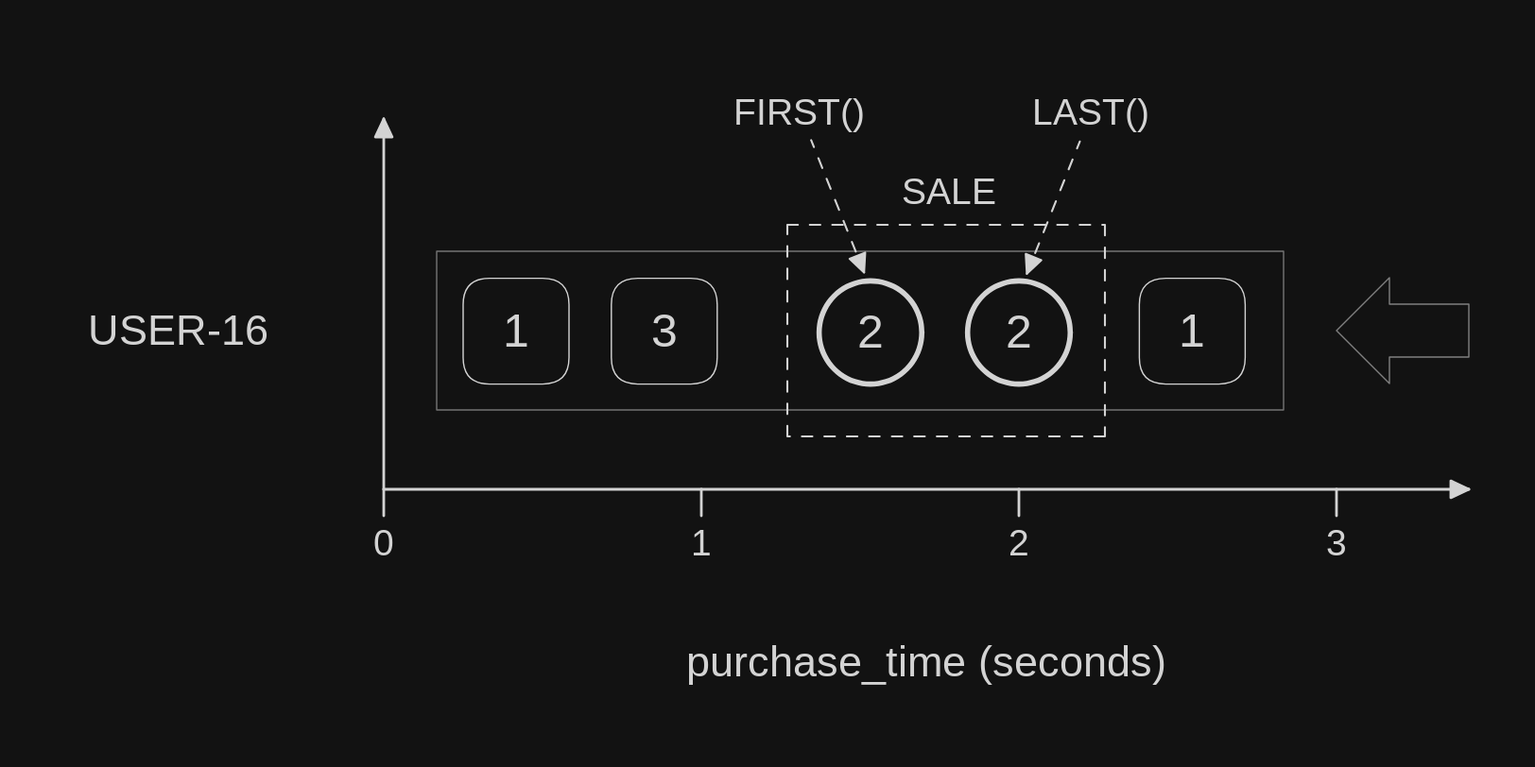
The Excalidraw diagram docs/anomaly-detection/assets/first_last.excalidraw.svg in streamshub/flink-sql-examples, before a commit. Source tidied: one line per element, renumbered; positions are measured from the earlier drawing's top-left corner, leaving out a move shared by most shapes. Its diagram source:
```json
{"id": 0, "type": "rectangle", "strokeColor": "#1e1e1e", "strokeWidth": 1, "roughness": 0, "round": true, "x": 340, "y": 200, "width": 80, "height": 80}
{"id": 1, "type": "text", "text": "1", "strokeColor": "#1e1e1e", "strokeWidth": 2, "roughness": 1, "fontSize": 36, "fontFamily": 6, "textAlign": "center", "verticalAlign": "middle", "inside": 0, "x": 369, "y": 218, "width": 22, "height": 45}
{"id": 2, "type": "arrow", "strokeColor": "#1e1e1e", "strokeWidth": 2, "roughness": 0, "endArrowhead": "triangle", "round": true, "x": 280, "y": 360, "width": 0, "height": 280, "points": [[0, 0], [0, -280]]}
{"id": 3, "type": "arrow", "strokeColor": "#1e1e1e", "strokeWidth": 2, "roughness": 0, "endArrowhead": "triangle", "round": true, "x": 280, "y": 360, "width": 820, "height": 0, "points": [[0, 0], [820, 0]]}
{"id": 4, "type": "text", "text": "USER-16", "strokeColor": "#1e1e1e", "strokeWidth": 1, "strokeStyle": "dotted", "roughness": 0, "fontSize": 32, "fontFamily": 6, "textAlign": "center", "x": 54, "y": 220, "width": 142, "height": 40}
{"id": 5, "type": "rectangle", "strokeColor": "#1e1e1e", "strokeWidth": 1, "roughness": 0, "round": true, "x": 851, "y": 200, "width": 80, "height": 80}
{"id": 6, "type": "text", "text": "1", "strokeColor": "#1e1e1e", "strokeWidth": 2, "roughness": 1, "fontSize": 36, "fontFamily": 6, "textAlign": "center", "verticalAlign": "middle", "inside": 5, "x": 880, "y": 218, "width": 22, "height": 45}
{"id": 7, "type": "line", "strokeColor": "#1e1e1e", "strokeWidth": 2, "roughness": 0, "round": true, "x": 280, "y": 360, "width": 0, "height": 20, "points": [[0, 0], [0, 20]]}
{"id": 8, "type": "text", "text": "0", "strokeColor": "#1e1e1e", "strokeWidth": 2, "roughness": 0, "fontSize": 28, "fontFamily": 6, "textAlign": "center", "x": 260, "y": 383, "width": 40, "height": 35}
{"id": 9, "type": "line", "strokeColor": "#1e1e1e", "strokeWidth": 2, "roughness": 0, "round": true, "x": 520, "y": 360, "width": 0, "height": 20, "points": [[0, 0], [0, 20]]}
{"id": 10, "type": "text", "text": "1", "strokeColor": "#1e1e1e", "strokeWidth": 2, "roughness": 0, "fontSize": 28, "fontFamily": 6, "textAlign": "center", "x": 500, "y": 383, "width": 40, "height": 35}
{"id": 11, "type": "line", "strokeColor": "#1e1e1e", "strokeWidth": 2, "roughness": 0, "round": true, "x": 760, "y": 360, "width": 0, "height": 20, "points": [[0, 0], [0, 20]]}
{"id": 12, "type": "text", "text": "2", "strokeColor": "#1e1e1e", "strokeWidth": 2, "roughness": 0, "fontSize": 28, "fontFamily": 6, "textAlign": "center", "x": 740, "y": 383, "width": 40, "height": 35}
{"id": 13, "type": "line", "strokeColor": "#1e1e1e", "strokeWidth": 2, "roughness": 0, "round": true, "x": 1000, "y": 360, "width": 0, "height": 20, "points": [[0, 0], [0, 20]]}
{"id": 14, "type": "text", "text": "3", "strokeColor": "#1e1e1e", "strokeWidth": 2, "roughness": 0, "fontSize": 28, "fontFamily": 6, "textAlign": "center", "x": 980, "y": 383, "width": 40, "height": 35}
{"id": 15, "type": "text", "text": "purchase_time (seconds)", "strokeColor": "#1e1e1e", "strokeWidth": 1, "strokeStyle": "dotted", "roughness": 0, "fontSize": 32, "fontFamily": 6, "textAlign": "center", "x": 280, "y": 471, "width": 820, "height": 40}
{"id": 16, "type": "rectangle", "strokeColor": "#1e1e1e", "strokeWidth": 1, "roughness": 0, "opacity": 0, "x": 0, "y": 0, "width": 1140, "height": 560}
{"id": 17, "type": "rectangle", "strokeColor": "#1e1e1e", "strokeWidth": 1, "roughness": 0, "opacity": 50, "x": 320, "y": 180, "width": 640, "height": 120}
{"id": 18, "type": "line", "strokeColor": "#000000", "angle": 3.14, "strokeWidth": 1, "roughness": 0, "opacity": 50, "x": 1000, "y": 220, "width": 100, "height": 80, "points": [[0, 0], [0, 40], [60, 40], [60, 60], [100, 20], [60, -20], [60, 0], [0, 0]]}
{"id": 19, "type": "rectangle", "strokeColor": "#1e1e1e", "strokeWidth": 1, "roughness": 0, "round": true, "x": 452, "y": 200, "width": 80, "height": 80}
{"id": 20, "type": "text", "text": "3", "strokeColor": "#1e1e1e", "strokeWidth": 2, "roughness": 1, "fontSize": 36, "fontFamily": 6, "textAlign": "center", "verticalAlign": "middle", "inside": 19, "x": 481, "y": 218, "width": 22, "height": 45}
{"id": 21, "type": "rectangle", "strokeColor": "#1e1e1e", "strokeWidth": 1, "strokeStyle": "dashed", "roughness": 0, "x": 585, "y": 160, "width": 240, "height": 160}
{"id": 22, "type": "arrow", "strokeColor": "#1e1e1e", "strokeWidth": 1, "strokeStyle": "dashed", "roughness": 0, "startArrowhead": "triangle", "round": true, "x": 643, "y": 196, "width": 40, "height": 100, "points": [[0, 0], [-40, -100]]}
{"id": 23, "type": "arrow", "strokeColor": "#1e1e1e", "strokeWidth": 1, "strokeStyle": "dashed", "roughness": 0, "startArrowhead": "triangle", "round": true, "from": 17, "x": 766, "y": 197, "width": 40, "height": 100, "points": [[0, 0], [40, -100]]}
{"id": 24, "type": "text", "text": "FIRST()", "strokeColor": "#1e1e1e", "strokeWidth": 1, "strokeStyle": "dashed", "roughness": 0, "fontSize": 28, "fontFamily": 8, "textAlign": "center", "x": 540, "y": 60, "width": 108, "height": 35}
{"id": 25, "type": "text", "text": "LAST()", "strokeColor": "#1e1e1e", "strokeWidth": 1, "strokeStyle": "dashed", "roughness": 0, "fontSize": 28, "fontFamily": 8, "textAlign": "center", "x": 768, "y": 60, "width": 92, "height": 35}
{"id": 26, "type": "text", "text": "SALE", "strokeColor": "#1e1e1e", "strokeWidth": 1, "strokeStyle": "dashed", "roughness": 0, "fontSize": 28, "fontFamily": 8, "textAlign": "center", "x": 676, "y": 120, "width": 62, "height": 35}
{"id": 27, "type": "ellipse", "strokeColor": "#1e1e1e", "strokeWidth": 4, "roughness": 0, "x": 609, "y": 202, "width": 78, "height": 78}
{"id": 28, "type": "text", "text": "2", "strokeColor": "#1e1e1e", "strokeWidth": 4, "roughness": 0, "fontSize": 36, "fontFamily": 6, "textAlign": "center", "verticalAlign": "middle", "inside": 27, "x": 637, "y": 219, "width": 22, "height": 45}
{"id": 29, "type": "ellipse", "strokeColor": "#1e1e1e", "strokeWidth": 4, "roughness": 0, "x": 721, "y": 202, "width": 78, "height": 78}
{"id": 30, "type": "text", "text": "2", "strokeColor": "#1e1e1e", "strokeWidth": 4, "roughness": 0, "fontSize": 36, "fontFamily": 6, "textAlign": "center", "verticalAlign": "middle", "inside": 29, "x": 749, "y": 219, "width": 22, "height": 45}
```
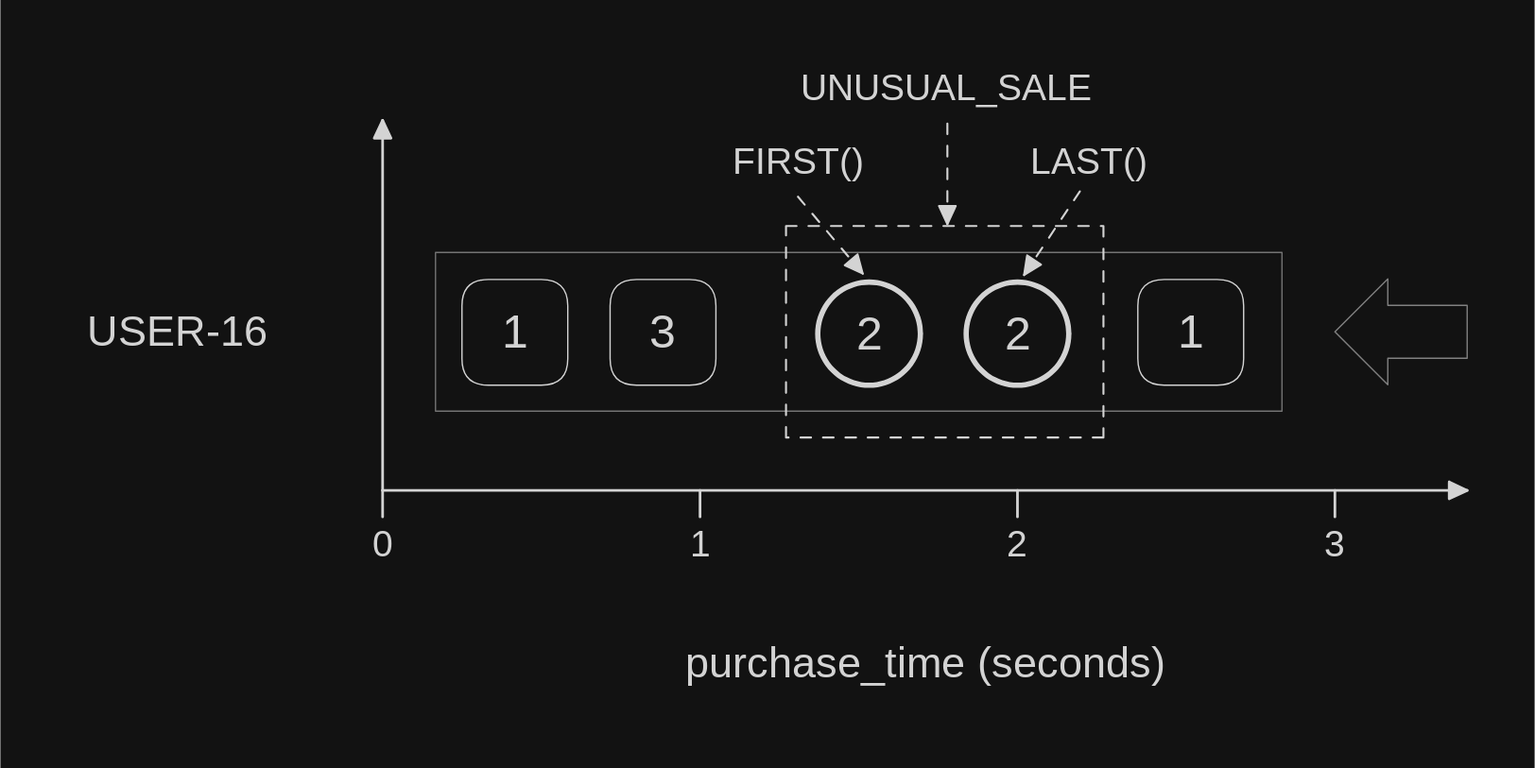
After the change.

Commit message:
Change `SALE` to `UNUSUAL_SALE`

https://github.com/streamshub/flink-sql-examples/pull/61#discussion_r2200786460

The edit, as a diff of the source:
```diff
@@ -14,18 +14,19 @@
 {"id": 13, "type": "line", "strokeColor": "#1e1e1e", "strokeWidth": 2, "roughness": 0, "round": true, "x": 1000, "y": 360, "width": 0, "height": 20, "points": [[0, 0], [0, 20]]}
 {"id": 14, "type": "text", "text": "3", "strokeColor": "#1e1e1e", "strokeWidth": 2, "roughness": 0, "fontSize": 28, "fontFamily": 6, "textAlign": "center", "x": 980, "y": 383, "width": 40, "height": 35}
 {"id": 15, "type": "text", "text": "purchase_time (seconds)", "strokeColor": "#1e1e1e", "strokeWidth": 1, "strokeStyle": "dotted", "roughness": 0, "fontSize": 32, "fontFamily": 6, "textAlign": "center", "x": 280, "y": 471, "width": 820, "height": 40}
-{"id": 16, "type": "rectangle", "strokeColor": "#1e1e1e", "strokeWidth": 1, "roughness": 0, "opacity": 0, "x": 0, "y": 0, "width": 1140, "height": 560}
+{"id": 16, "type": "rectangle", "strokeColor": "#1e1e1e", "strokeWidth": 1, "roughness": 0, "opacity": 0, "x": 1, "y": -1, "width": 1140, "height": 561}
 {"id": 17, "type": "rectangle", "strokeColor": "#1e1e1e", "strokeWidth": 1, "roughness": 0, "opacity": 50, "x": 320, "y": 180, "width": 640, "height": 120}
 {"id": 18, "type": "line", "strokeColor": "#000000", "angle": 3.14, "strokeWidth": 1, "roughness": 0, "opacity": 50, "x": 1000, "y": 220, "width": 100, "height": 80, "points": [[0, 0], [0, 40], [60, 40], [60, 60], [100, 20], [60, -20], [60, 0], [0, 0]]}
 {"id": 19, "type": "rectangle", "strokeColor": "#1e1e1e", "strokeWidth": 1, "roughness": 0, "round": true, "x": 452, "y": 200, "width": 80, "height": 80}
 {"id": 20, "type": "text", "text": "3", "strokeColor": "#1e1e1e", "strokeWidth": 2, "roughness": 1, "fontSize": 36, "fontFamily": 6, "textAlign": "center", "verticalAlign": "middle", "inside": 19, "x": 481, "y": 218, "width": 22, "height": 45}
 {"id": 21, "type": "rectangle", "strokeColor": "#1e1e1e", "strokeWidth": 1, "strokeStyle": "dashed", "roughness": 0, "x": 585, "y": 160, "width": 240, "height": 160}
-{"id": 22, "type": "arrow", "strokeColor": "#1e1e1e", "strokeWidth": 1, "strokeStyle": "dashed", "roughness": 0, "startArrowhead": "triangle", "round": true, "x": 643, "y": 196, "width": 40, "height": 100, "points": [[0, 0], [-40, -100]]}
+{"id": 22, "type": "arrow", "strokeColor": "#1e1e1e", "strokeWidth": 1, "strokeStyle": "dashed", "roughness": 0, "startArrowhead": "triangle", "round": true, "to": 24, "x": 643, "y": 196, "width": 53, "height": 63, "points": [[0, 0], [-53, -63]]}
-{"id": 23, "type": "arrow", "strokeColor": "#1e1e1e", "strokeWidth": 1, "strokeStyle": "dashed", "roughness": 0, "startArrowhead": "triangle", "round": true, "from": 17, "x": 766, "y": 197, "width": 40, "height": 100, "points": [[0, 0], [40, -100]]}
+{"id": 23, "type": "arrow", "strokeColor": "#1e1e1e", "strokeWidth": 1, "strokeStyle": "dashed", "roughness": 0, "startArrowhead": "triangle", "round": true, "from": 29, "to": 25, "x": 765, "y": 197, "width": 46, "height": 69, "points": [[0, 0], [46, -69]]}
-{"id": 24, "type": "text", "text": "FIRST()", "strokeColor": "#1e1e1e", "strokeWidth": 1, "strokeStyle": "dashed", "roughness": 0, "fontSize": 28, "fontFamily": 8, "textAlign": "center", "x": 540, "y": 60, "width": 108, "height": 35}
+{"id": 24, "type": "text", "text": "FIRST()", "strokeColor": "#1e1e1e", "strokeWidth": 1, "strokeStyle": "dashed", "roughness": 0, "fontSize": 28, "fontFamily": 8, "textAlign": "center", "x": 540, "y": 96, "width": 108, "height": 35}
-{"id": 25, "type": "text", "text": "LAST()", "strokeColor": "#1e1e1e", "strokeWidth": 1, "strokeStyle": "dashed", "roughness": 0, "fontSize": 28, "fontFamily": 8, "textAlign": "center", "x": 768, "y": 60, "width": 92, "height": 35}
+{"id": 25, "type": "text", "text": "LAST()", "strokeColor": "#1e1e1e", "strokeWidth": 1, "strokeStyle": "dashed", "roughness": 0, "fontSize": 28, "fontFamily": 8, "textAlign": "center", "x": 768, "y": 96, "width": 92, "height": 35}
-{"id": 26, "type": "text", "text": "SALE", "strokeColor": "#1e1e1e", "strokeWidth": 1, "strokeStyle": "dashed", "roughness": 0, "fontSize": 28, "fontFamily": 8, "textAlign": "center", "x": 676, "y": 120, "width": 62, "height": 35}
+{"id": 26, "type": "text", "text": "UNUSUAL_SALE", "strokeColor": "#1e1e1e", "strokeWidth": 1, "strokeStyle": "dashed", "roughness": 0, "fontSize": 28, "fontFamily": 8, "textAlign": "center", "x": 614, "y": 40, "width": 185, "height": 35}
 {"id": 27, "type": "ellipse", "strokeColor": "#1e1e1e", "strokeWidth": 4, "roughness": 0, "x": 609, "y": 202, "width": 78, "height": 78}
 {"id": 28, "type": "text", "text": "2", "strokeColor": "#1e1e1e", "strokeWidth": 4, "roughness": 0, "fontSize": 36, "fontFamily": 6, "textAlign": "center", "verticalAlign": "middle", "inside": 27, "x": 637, "y": 219, "width": 22, "height": 45}
 {"id": 29, "type": "ellipse", "strokeColor": "#1e1e1e", "strokeWidth": 4, "roughness": 0, "x": 721, "y": 202, "width": 78, "height": 78}
 {"id": 30, "type": "text", "text": "2", "strokeColor": "#1e1e1e", "strokeWidth": 4, "roughness": 0, "fontSize": 36, "fontFamily": 6, "textAlign": "center", "verticalAlign": "middle", "inside": 29, "x": 749, "y": 219, "width": 22, "height": 45}
+{"id": 31, "type": "arrow", "strokeColor": "#1e1e1e", "strokeWidth": 1, "strokeStyle": "dashed", "roughness": 0, "startArrowhead": "triangle", "round": true, "from": 21, "to": 26, "x": 707, "y": 158, "width": 0, "height": 80, "points": [[0, 0], [0, -80]]}
```
